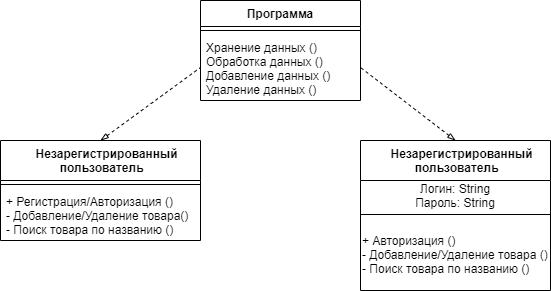
Earlier version of the draw.io export Диаграммы/Диаграмма классов.png (NadenkaTropanova/Warehouse). Source tidied: cells renumbered, new cells last; positions are measured from the earlier drawing's top-left corner, leaving out a move shared by most shapes. Its diagram source:
```xml
<mxGraphModel>
  <root>
    <mxCell id="0" />
    <mxCell id="1" parent="0" />
    <mxCell id="2" value="Программа" style="swimlane;fontStyle=1;align=center;verticalAlign=top;horizontal=1;startSize=26;" parent="1" vertex="1">
      <mxGeometry x="200" width="160" height="100" as="geometry" />
    </mxCell>
    <mxCell id="3" style="line;strokeWidth=1;fillColor=none;align=left;verticalAlign=middle;spacingTop=-1;spacingLeft=3;spacingRight=3;labelPosition=right;" parent="2" vertex="1">
      <mxGeometry y="26" width="160" height="8" as="geometry" />
    </mxCell>
    <mxCell id="4" value="Хранение данных ()&#10;Обработка данных ()&#10;Добавление данных ()&#10;Удаление данных ()" style="text;strokeColor=none;fillColor=none;align=left;verticalAlign=top;spacingLeft=4;spacingRight=4;overflow=hidden;points=[[0,0.5],[1,0.5]];portConstraint=eastwest;" parent="2" vertex="1">
      <mxGeometry y="34" width="160" height="66" as="geometry" />
    </mxCell>
    <mxCell id="5" value="    Незарегистрированный&#10; пользователь" style="swimlane;fontStyle=1;align=center;verticalAlign=top;horizontal=1;startSize=40;" parent="1" vertex="1">
      <mxGeometry y="140" width="200" height="100" as="geometry" />
    </mxCell>
    <mxCell id="6" style="line;strokeWidth=1;fillColor=none;align=left;verticalAlign=middle;spacingTop=-1;spacingLeft=3;spacingRight=3;labelPosition=right;" parent="5" vertex="1">
      <mxGeometry y="40" width="200" height="8" as="geometry" />
    </mxCell>
    <mxCell id="7" value="+ Регистрация/Авторизация ()&#10;- Добавление/Удаление товара()&#10;- Поиск товара по названию ()" style="text;strokeColor=none;fillColor=none;align=left;verticalAlign=top;spacingLeft=4;spacingRight=4;overflow=hidden;" parent="5" vertex="1">
      <mxGeometry y="48" width="200" height="52" as="geometry" />
    </mxCell>
    <mxCell id="8" value="    Незарегистрированный&#10; пользователь" style="swimlane;fontStyle=1;align=center;verticalAlign=top;horizontal=1;startSize=40;" parent="1" vertex="1">
      <mxGeometry x="360" y="140" width="190" height="150" as="geometry" />
    </mxCell>
    <mxCell id="9" value="Логин: String&lt;br&gt;Пароль:&amp;nbsp;String" style="text;html=1;strokeColor=none;fillColor=none;align=center;verticalAlign=middle;whiteSpace=wrap;rounded=0;" parent="8" vertex="1">
      <mxGeometry y="40" width="190" height="30" as="geometry" />
    </mxCell>
    <mxCell id="10" style="line;strokeWidth=1;fillColor=none;align=left;verticalAlign=middle;spacingTop=-1;spacingLeft=3;spacingRight=3;labelPosition=right;" parent="8" vertex="1">
      <mxGeometry y="70" width="190" height="8" as="geometry" />
    </mxCell>
    <mxCell id="11" value="+ Авторизация ()&lt;br&gt;- Добавление/Удаление товара ()&lt;br&gt;- Поиск товара по названию ()&lt;br&gt;" style="text;html=1;strokeColor=none;fillColor=none;align=left;verticalAlign=middle;whiteSpace=wrap;rounded=0;" parent="8" vertex="1">
      <mxGeometry y="78" width="190" height="72" as="geometry" />
    </mxCell>
    <mxCell id="12" style="endArrow=none;dashed=1;html=1;entryX=0;entryY=0.5;entryDx=0;entryDy=0;exitX=0.5;exitY=0;exitDx=0;exitDy=0;startArrow=blockThin;startFill=0;" parent="1" edge="1" source="5" target="4">
      <mxGeometry relative="1" as="geometry" />
    </mxCell>
    <mxCell id="13" style="endArrow=none;dashed=1;html=1;entryX=1;entryY=0.5;entryDx=0;entryDy=0;exitX=0.5;exitY=0;exitDx=0;exitDy=0;startArrow=blockThin;startFill=0;" parent="1" edge="1" source="8" target="4">
      <mxGeometry relative="1" as="geometry" />
    </mxCell>
  </root>
</mxGraphModel>
```
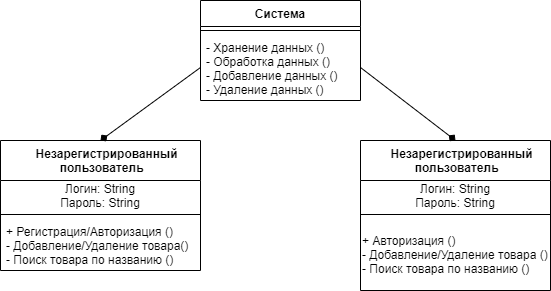
Later version of the same file.

The edit, as a diff of the source:
```diff
@@ -2,23 +2,26 @@
   <root>
     <mxCell id="0" />
     <mxCell id="1" parent="0" />
-    <mxCell id="2" value="Программа" style="swimlane;fontStyle=1;align=center;verticalAlign=top;horizontal=1;startSize=26;" parent="1" vertex="1">
+    <mxCell id="2" value="Система" style="swimlane;fontStyle=1;align=center;verticalAlign=top;horizontal=1;startSize=26;" parent="1" vertex="1">
       <mxGeometry x="200" width="160" height="100" as="geometry" />
     </mxCell>
     <mxCell id="3" style="line;strokeWidth=1;fillColor=none;align=left;verticalAlign=middle;spacingTop=-1;spacingLeft=3;spacingRight=3;labelPosition=right;" parent="2" vertex="1">
       <mxGeometry y="26" width="160" height="8" as="geometry" />
     </mxCell>
-    <mxCell id="4" value="Хранение данных ()&#10;Обработка данных ()&#10;Добавление данных ()&#10;Удаление данных ()" style="text;strokeColor=none;fillColor=none;align=left;verticalAlign=top;spacingLeft=4;spacingRight=4;overflow=hidden;points=[[0,0.5],[1,0.5]];portConstraint=eastwest;" parent="2" vertex="1">
+    <mxCell id="4" value="- Хранение данных ()&#10;- Обработка данных ()&#10;- Добавление данных ()&#10;- Удаление данных ()" style="text;strokeColor=none;fillColor=none;align=left;verticalAlign=top;spacingLeft=4;spacingRight=4;overflow=hidden;points=[[0,0.5],[1,0.5]];portConstraint=eastwest;" parent="2" vertex="1">
       <mxGeometry y="34" width="160" height="66" as="geometry" />
     </mxCell>
     <mxCell id="5" value="    Незарегистрированный&#10; пользователь" style="swimlane;fontStyle=1;align=center;verticalAlign=top;horizontal=1;startSize=40;" parent="1" vertex="1">
-      <mxGeometry y="140" width="200" height="100" as="geometry" />
+      <mxGeometry y="140" width="200" height="130" as="geometry" />
     </mxCell>
+    <mxCell id="14" value="Логин: String&lt;br&gt;Пароль:&amp;nbsp;String" style="text;html=1;strokeColor=none;fillColor=none;align=center;verticalAlign=middle;whiteSpace=wrap;rounded=0;" parent="5" vertex="1">
+      <mxGeometry y="40" width="200" height="30" as="geometry" />
+    </mxCell>
     <mxCell id="6" style="line;strokeWidth=1;fillColor=none;align=left;verticalAlign=middle;spacingTop=-1;spacingLeft=3;spacingRight=3;labelPosition=right;" parent="5" vertex="1">
-      <mxGeometry y="40" width="200" height="8" as="geometry" />
+      <mxGeometry y="70" width="200" height="8" as="geometry" />
     </mxCell>
     <mxCell id="7" value="+ Регистрация/Авторизация ()&#10;- Добавление/Удаление товара()&#10;- Поиск товара по названию ()" style="text;strokeColor=none;fillColor=none;align=left;verticalAlign=top;spacingLeft=4;spacingRight=4;overflow=hidden;" parent="5" vertex="1">
-      <mxGeometry y="48" width="200" height="52" as="geometry" />
+      <mxGeometry y="78" width="200" height="52" as="geometry" />
     </mxCell>
     <mxCell id="8" value="    Незарегистрированный&#10; пользователь" style="swimlane;fontStyle=1;align=center;verticalAlign=top;horizontal=1;startSize=40;" parent="1" vertex="1">
       <mxGeometry x="360" y="140" width="190" height="150" as="geometry" />
@@ -32,10 +35,10 @@
     <mxCell id="11" value="+ Авторизация ()&lt;br&gt;- Добавление/Удаление товара ()&lt;br&gt;- Поиск товара по названию ()&lt;br&gt;" style="text;html=1;strokeColor=none;fillColor=none;align=left;verticalAlign=middle;whiteSpace=wrap;rounded=0;" parent="8" vertex="1">
       <mxGeometry y="78" width="190" height="72" as="geometry" />
     </mxCell>
-    <mxCell id="12" style="endArrow=none;dashed=1;html=1;entryX=0;entryY=0.5;entryDx=0;entryDy=0;exitX=0.5;exitY=0;exitDx=0;exitDy=0;startArrow=blockThin;startFill=0;" parent="1" edge="1" source="5" target="4">
+    <mxCell id="12" style="endArrow=none;html=1;entryX=0;entryY=0.5;entryDx=0;entryDy=0;exitX=0.5;exitY=0;exitDx=0;exitDy=0;startArrow=diamond;startFill=1;" parent="1" edge="1" source="5" target="4">
       <mxGeometry relative="1" as="geometry" />
     </mxCell>
-    <mxCell id="13" style="endArrow=none;dashed=1;html=1;entryX=1;entryY=0.5;entryDx=0;entryDy=0;exitX=0.5;exitY=0;exitDx=0;exitDy=0;startArrow=blockThin;startFill=0;" parent="1" edge="1" source="8" target="4">
+    <mxCell id="13" style="endArrow=none;html=1;entryX=1;entryY=0.5;entryDx=0;entryDy=0;exitX=0.5;exitY=0;exitDx=0;exitDy=0;startArrow=diamond;startFill=1;" parent="1" edge="1" source="8" target="4">
       <mxGeometry relative="1" as="geometry" />
     </mxCell>
   </root>
```
